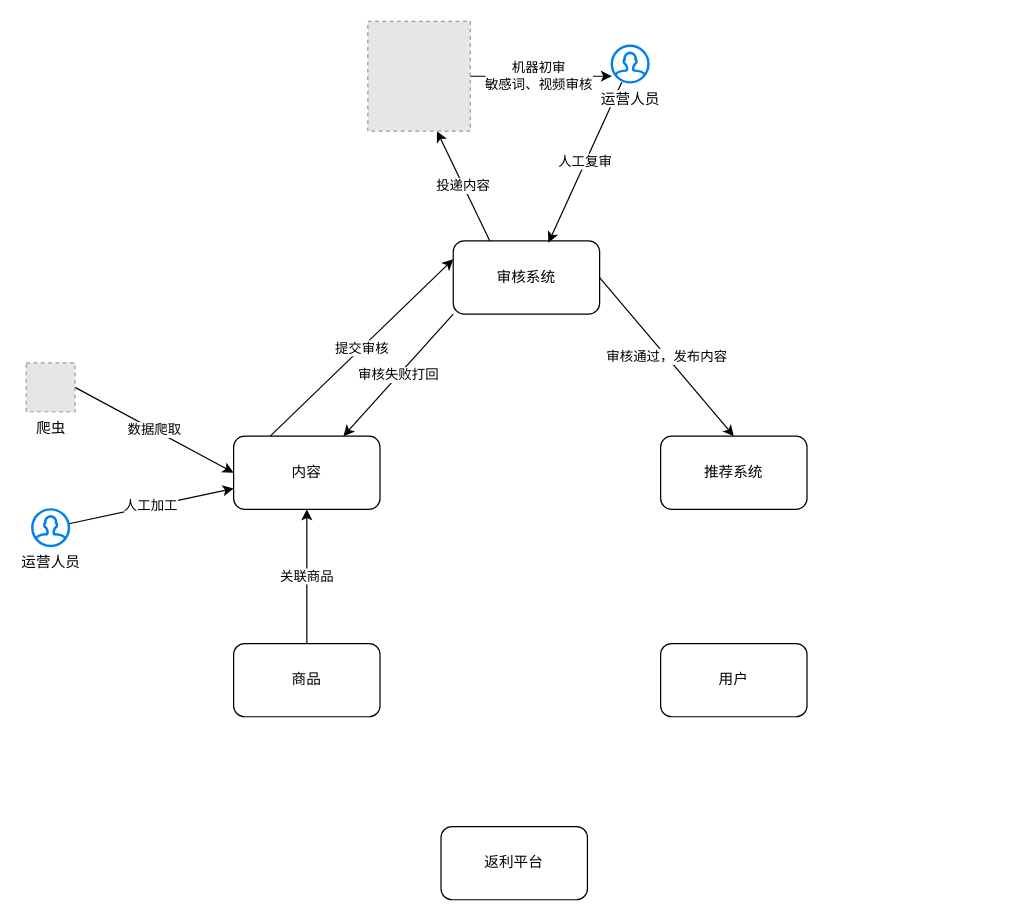
This is 消费号.drawio from pekah/Draw, a draw.io file, before an edit. Source tidied: cells renumbered, new cells numbered last; positions are measured from the earlier drawing's top-left corner, leaving out a move shared by most shapes. Both pictures are drawn from the tidied source at 122%, with x=0, y=0 at pixel (26, 21). Pictures stored in the file or linked from it are replaced by grey dashed boxes.
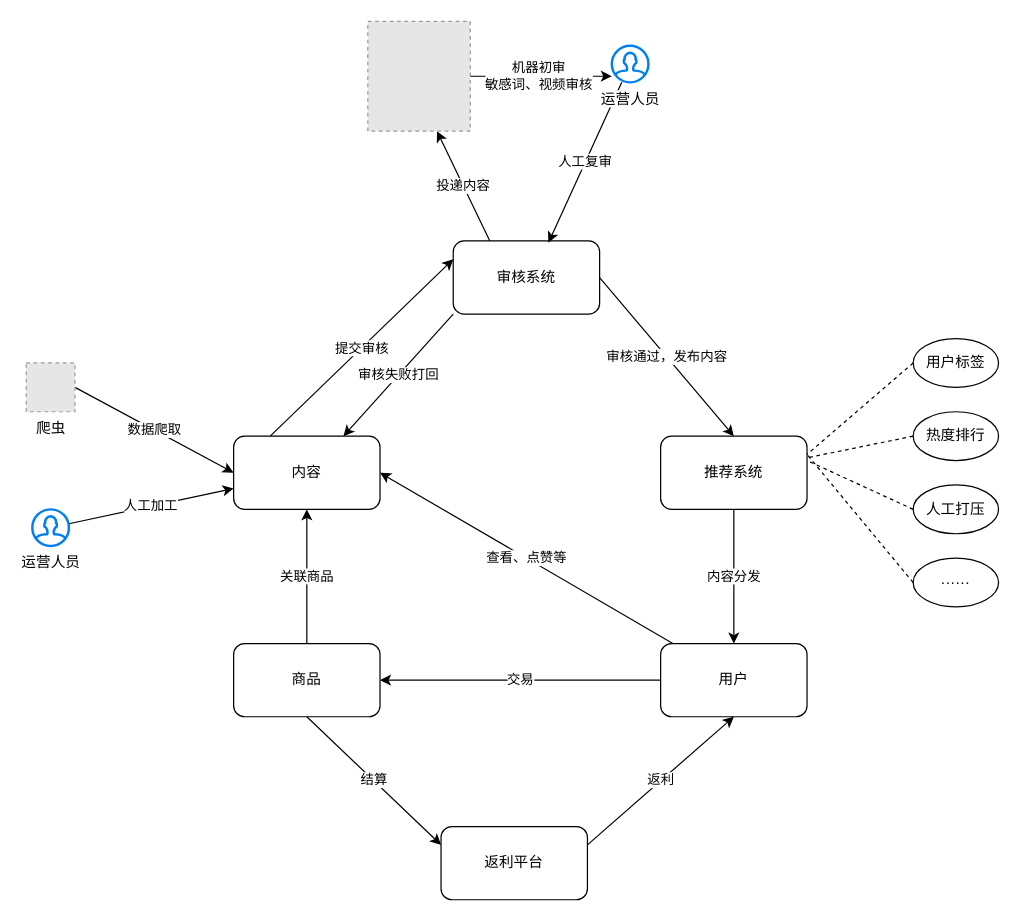
Above is the later version.

Commit message (it also covers changes not shown here):
更新消费号.drawio

The change refers to these unchanged cells:
```xml
<mxCell id="3" value="内容" style="rounded=1;whiteSpace=wrap;html=1;" parent="1" vertex="1">
  <mxGeometry x="170" y="340" width="120" height="60" as="geometry" />
</mxCell>
<mxCell id="8" value="推荐系统" style="rounded=1;whiteSpace=wrap;html=1;" parent="1" vertex="1">
  <mxGeometry x="520" y="340" width="120" height="60" as="geometry" />
</mxCell>
<mxCell id="9" value="用户" style="rounded=1;whiteSpace=wrap;html=1;" parent="1" vertex="1">
  <mxGeometry x="520" y="510" width="120" height="60" as="geometry" />
</mxCell>
<mxCell id="11" value="商品" style="rounded=1;whiteSpace=wrap;html=1;" parent="1" vertex="1">
  <mxGeometry x="170" y="510" width="120" height="60" as="geometry" />
</mxCell>
<mxCell id="12" value="返利平台" style="rounded=1;whiteSpace=wrap;html=1;" parent="1" vertex="1">
  <mxGeometry x="340" y="660" width="120" height="60" as="geometry" />
</mxCell>
```

Change to the diagram source:
```diff
@@
+    <mxCell id="21" value="内容分发" style="edgeStyle=none;rounded=0;jettySize=auto;html=1;exitX=0.5;exitY=1;exitDx=0;exitDy=0;" parent="1" edge="1" source="8" target="9">
+      <mxGeometry relative="1" as="geometry" />
+    </mxCell>
@@
+    <mxCell id="22" value="交易" style="edgeStyle=none;rounded=0;jettySize=auto;html=1;exitX=0;exitY=0.5;exitDx=0;exitDy=0;" parent="1" edge="1" source="9" target="11">
+      <mxGeometry relative="1" as="geometry" />
+    </mxCell>
+    <mxCell id="23" value="查看、点赞等" style="edgeStyle=none;rounded=0;jettySize=auto;html=1;entryX=1;entryY=0.5;entryDx=0;entryDy=0;" parent="1" edge="1" target="3">
+      <mxGeometry relative="1" as="geometry">
+        <mxPoint x="530" y="510" as="sourcePoint" />
+      </mxGeometry>
+    </mxCell>
@@
+    <mxCell id="24" value="结算" style="edgeStyle=none;rounded=0;jettySize=auto;html=1;exitX=0.5;exitY=1;exitDx=0;exitDy=0;entryX=0;entryY=0.25;entryDx=0;entryDy=0;" parent="1" edge="1" source="11" target="12">
+      <mxGeometry relative="1" as="geometry" />
+    </mxCell>
@@
+    <mxCell id="25" value="返利" style="edgeStyle=none;rounded=0;jettySize=auto;html=1;exitX=1;exitY=0.25;exitDx=0;exitDy=0;entryX=0.5;entryY=1;entryDx=0;entryDy=0;" parent="1" edge="1" source="12" target="9">
+      <mxGeometry relative="1" as="geometry" />
+    </mxCell>
@@
+    <mxCell id="26" style="edgeStyle=none;rounded=0;jettySize=auto;html=1;exitX=0;exitY=0.5;exitDx=0;exitDy=0;entryX=1;entryY=0.25;entryDx=0;entryDy=0;dashed=1;endArrow=none;endFill=0;" parent="1" edge="1" source="27" target="8">
+      <mxGeometry relative="1" as="geometry" />
+    </mxCell>
+    <mxCell id="27" value="用户标签" style="ellipse;whiteSpace=wrap;html=1;" parent="1" vertex="1">
+      <mxGeometry x="727" y="260" width="70" height="40" as="geometry" />
+    </mxCell>
+    <mxCell id="28" style="edgeStyle=none;rounded=0;jettySize=auto;html=1;exitX=0;exitY=0.5;exitDx=0;exitDy=0;endArrow=none;endFill=0;dashed=1;" parent="1" edge="1" source="29" target="8">
+      <mxGeometry relative="1" as="geometry" />
+    </mxCell>
+    <mxCell id="29" value="热度排行" style="ellipse;whiteSpace=wrap;html=1;" parent="1" vertex="1">
+      <mxGeometry x="727" y="320" width="70" height="40" as="geometry" />
+    </mxCell>
+    <mxCell id="30" style="edgeStyle=none;rounded=0;jettySize=auto;html=1;exitX=0;exitY=0.5;exitDx=0;exitDy=0;dashed=1;endArrow=none;endFill=0;" parent="1" edge="1" source="31">
+      <mxGeometry relative="1" as="geometry">
+        <mxPoint x="640" y="360" as="targetPoint" />
+      </mxGeometry>
+    </mxCell>
+    <mxCell id="31" value="人工打压" style="ellipse;whiteSpace=wrap;html=1;" parent="1" vertex="1">
+      <mxGeometry x="727" y="380" width="70" height="40" as="geometry" />
+    </mxCell>
+    <mxCell id="32" style="edgeStyle=none;rounded=0;jettySize=auto;html=1;exitX=0;exitY=0.5;exitDx=0;exitDy=0;entryX=1;entryY=0.25;entryDx=0;entryDy=0;dashed=1;endArrow=none;endFill=0;" parent="1" edge="1" source="33" target="8">
+      <mxGeometry relative="1" as="geometry" />
+    </mxCell>
+    <mxCell id="33" value="······" style="ellipse;whiteSpace=wrap;html=1;" parent="1" vertex="1">
+      <mxGeometry x="727" y="440" width="70" height="40" as="geometry" />
+    </mxCell>
```
